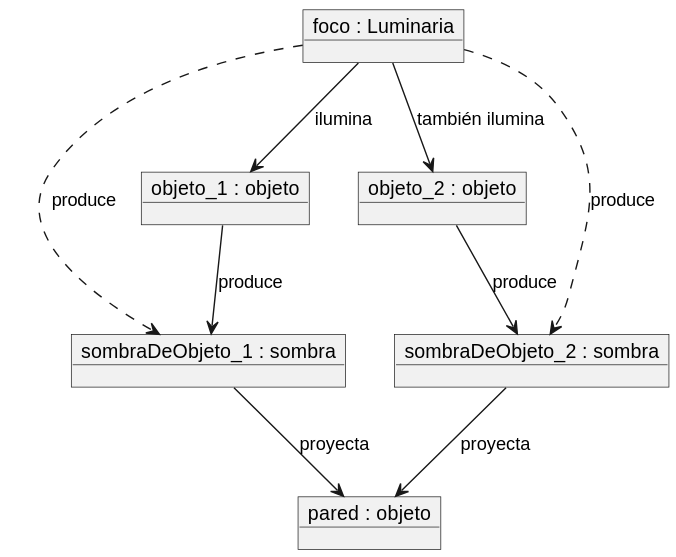
This is entregas/garciaDiego/Imagenes/Sombra4.svg from mmasias/24-25-IdSw1, a PlantUML export, as it was before one commit.
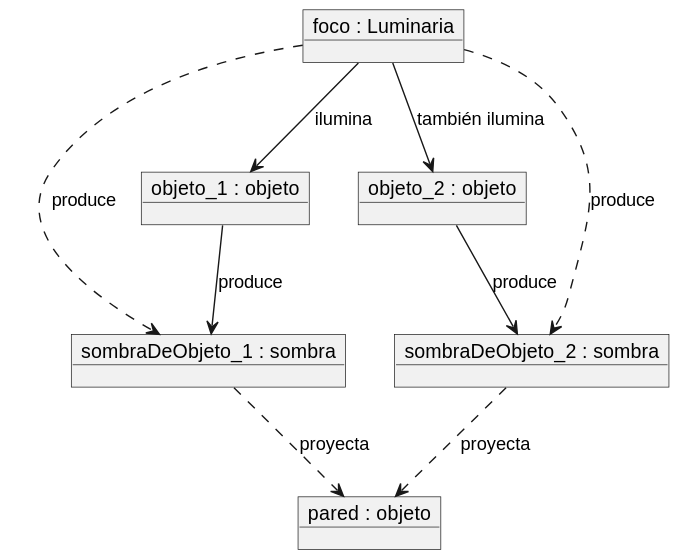
Above is the later version.

The edit, as a diff of the source:
```diff
@@ -12,6 +12,6 @@
 F ..> S2 : "produce"
 O1 --> S1 : "produce"
 O2 --> S2 : "produce"
-S1 --> W : "proyecta"
-S2 --> W : "proyecta"
+S1 ..> W : "proyecta"
+S2 ..> W : "proyecta"
 @enduml
```
